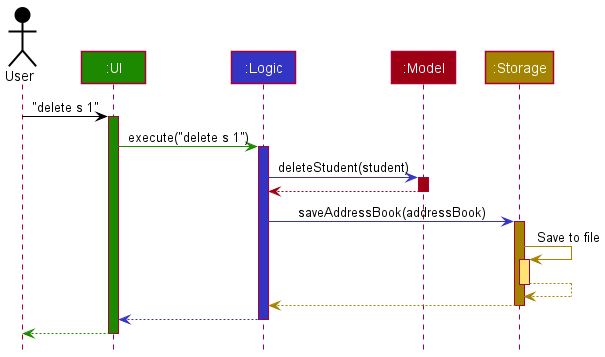
This is docs/images/ArchitectureSequenceDiagram.png from tenebrius1/tp, a PlantUML export, as it was before one commit.
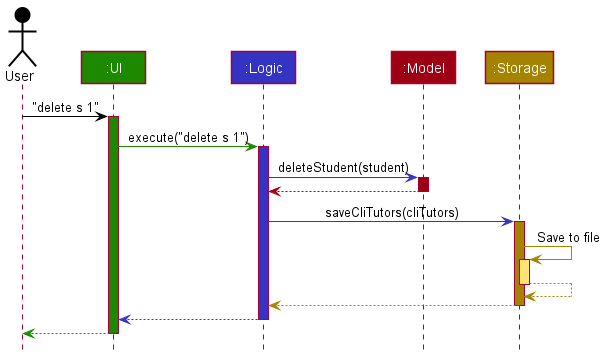
The same file after the commit.

The edit, as a diff of the source:
```diff
@@ -19,7 +19,7 @@
 model -[MODEL_COLOR]-> logic
 deactivate model
 
-logic -[LOGIC_COLOR]> storage : saveAddressBook(addressBook)
+logic -[LOGIC_COLOR]> storage : saveCliTutors(cliTutors)
 activate storage STORAGE_COLOR
 
 storage -[STORAGE_COLOR]> storage : Save to file
```
